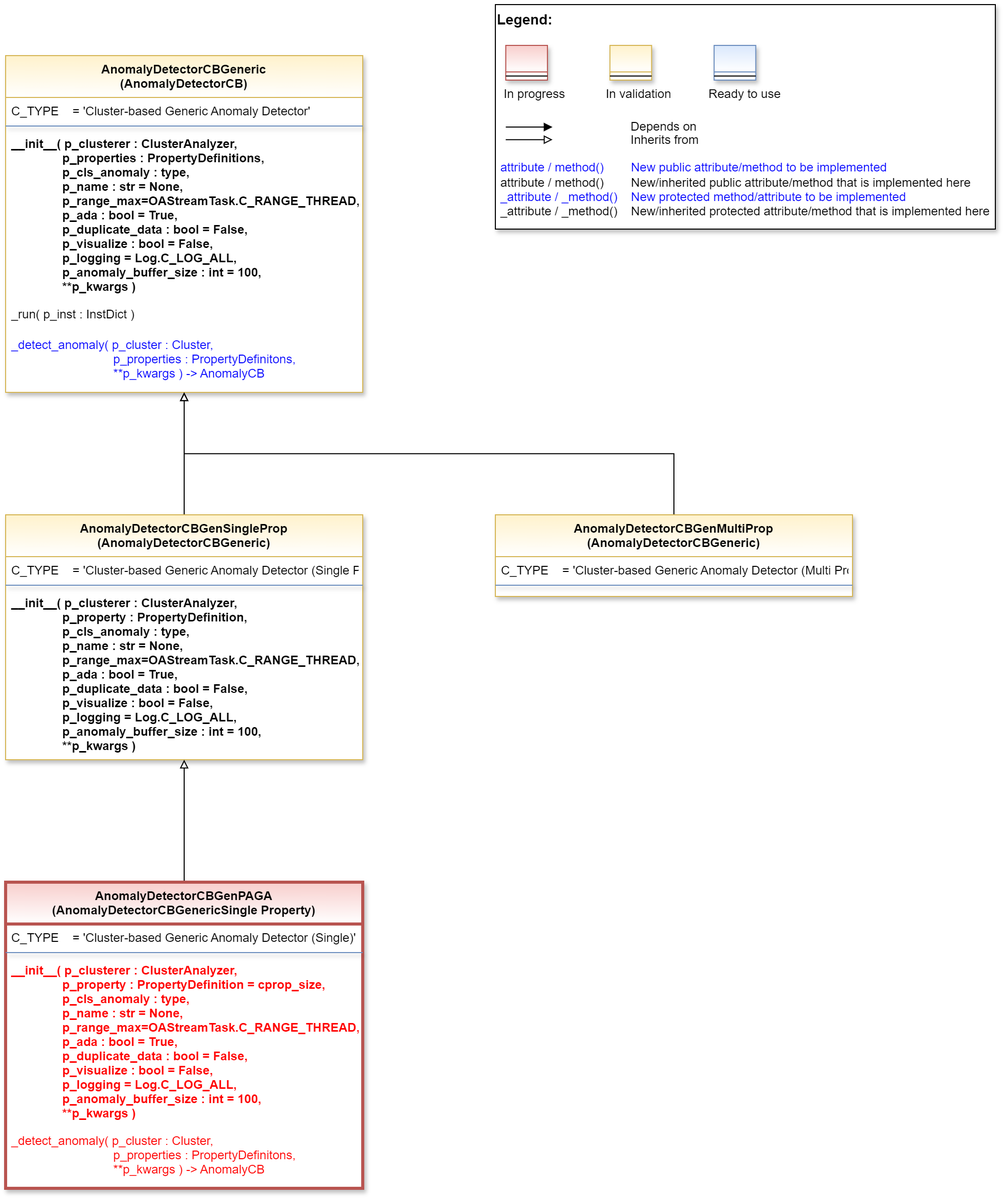
The draw.io diagram doc/rtd/content/99_appendices/appendix2/sub/mlpro_oa/streams/30_change_detection/10_anomaly_detection/20_cluster_based/generic/images/MLPro-OA-CB-Gen-Anomaly-Detectors_class_diagram.drawio.png in fhswf/MLPro, before a commit. Source tidied: cells renumbered, new cells last; positions are measured from the earlier drawing's top-left corner, leaving out a move shared by most shapes.
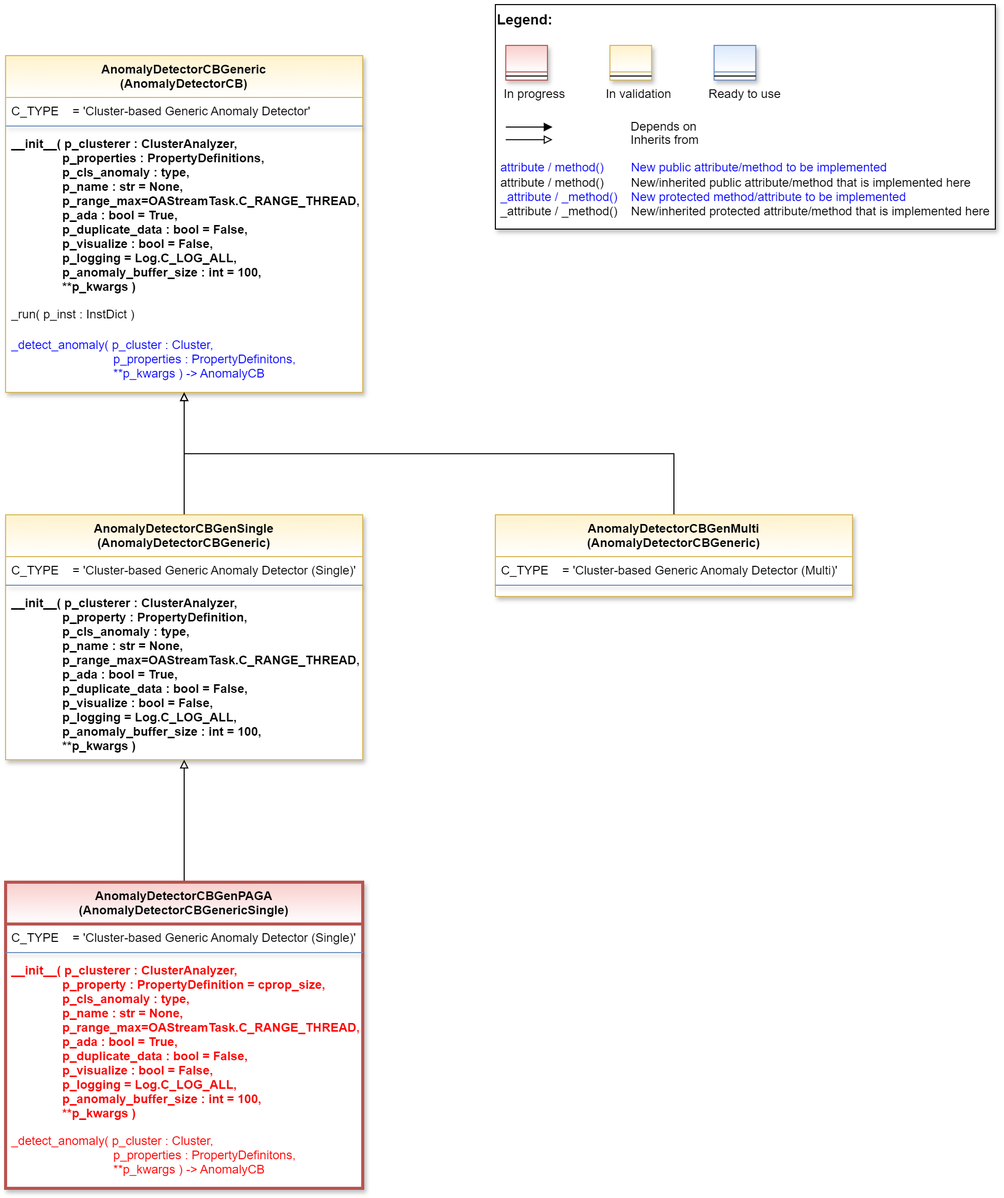
The same file after the commit.

Diff of the diagram source:
```diff
@@ -64,10 +64,10 @@
     <mxCell id="18" style="edgeStyle=orthogonalEdgeStyle;rounded=0;jettySize=auto;html=1;entryX=0.5;entryY=1;entryDx=0;entryDy=0;endArrow=block;endFill=0;" parent="1" edge="1" source="19" target="12">
       <mxGeometry relative="1" as="geometry" />
     </mxCell>
-    <mxCell id="19" value="AnomalyDetectorCBGenSingleProp&#10;(AnomalyDetectorCBGeneric)" style="swimlane;align=center;verticalAlign=top;horizontal=1;startSize=41;rounded=0;shadow=1;strokeWidth=1;fillColor=#fff2cc;strokeColor=#d6b656;swimlaneFillColor=#ffffff;gradientColor=#FFFFFF;" parent="1" vertex="1">
+    <mxCell id="19" value="AnomalyDetectorCBGenSingle&#10;(AnomalyDetectorCBGeneric)" style="swimlane;align=center;verticalAlign=top;horizontal=1;startSize=41;rounded=0;shadow=1;strokeWidth=1;fillColor=#fff2cc;strokeColor=#d6b656;swimlaneFillColor=#ffffff;gradientColor=#FFFFFF;" parent="1" vertex="1">
       <mxGeometry y="500" width="350" height="240" as="geometry" />
     </mxCell>
-    <mxCell id="20" value="C_TYPE    = 'Cluster-based Generic Anomaly Detector (Single Property)'" style="text;align=left;verticalAlign=top;spacingLeft=4;spacingRight=4;overflow=hidden;" parent="19" vertex="1">
+    <mxCell id="20" value="C_TYPE    = 'Cluster-based Generic Anomaly Detector (Single)'" style="text;align=left;verticalAlign=top;spacingLeft=4;spacingRight=4;overflow=hidden;" parent="19" vertex="1">
       <mxGeometry y="41" width="350" height="24" as="geometry" />
     </mxCell>
     <mxCell id="21" style="line;html=1;strokeWidth=1;align=center;verticalAlign=top;spacingTop=-1;spacingLeft=3;spacingRight=3;labelPosition=right;rounded=0;shadow=1;strokeColor=#6c8ebf;swimlaneFillColor=#ffffff;fontFamily=Helvetica;fontSize=12;fontColor=default;fontStyle=3;fillColor=#dae8fc;gradientColor=#ffffff;" parent="19" vertex="1">
@@ -84,10 +84,10 @@
         </Array>
       </mxGeometry>
     </mxCell>
-    <mxCell id="24" value="AnomalyDetectorCBGenMultiProp&#10;(AnomalyDetectorCBGeneric)" style="swimlane;align=center;verticalAlign=top;horizontal=1;startSize=41;rounded=0;shadow=1;strokeWidth=1;fillColor=#fff2cc;strokeColor=#d6b656;swimlaneFillColor=#ffffff;gradientColor=#FFFFFF;" parent="1" vertex="1">
+    <mxCell id="24" value="AnomalyDetectorCBGenMulti&#10;(AnomalyDetectorCBGeneric)" style="swimlane;align=center;verticalAlign=top;horizontal=1;startSize=41;rounded=0;shadow=1;strokeWidth=1;fillColor=#fff2cc;strokeColor=#d6b656;swimlaneFillColor=#ffffff;gradientColor=#FFFFFF;" parent="1" vertex="1">
       <mxGeometry x="480" y="500" width="350" height="80" as="geometry" />
     </mxCell>
-    <mxCell id="25" value="C_TYPE    = 'Cluster-based Generic Anomaly Detector (Multi Property)'" style="text;align=left;verticalAlign=top;spacingLeft=4;spacingRight=4;overflow=hidden;" parent="24" vertex="1">
+    <mxCell id="25" value="C_TYPE    = 'Cluster-based Generic Anomaly Detector (Multi)'" style="text;align=left;verticalAlign=top;spacingLeft=4;spacingRight=4;overflow=hidden;" parent="24" vertex="1">
       <mxGeometry y="41" width="350" height="24" as="geometry" />
     </mxCell>
     <mxCell id="26" style="line;html=1;strokeWidth=1;align=center;verticalAlign=top;spacingTop=-1;spacingLeft=3;spacingRight=3;labelPosition=right;rounded=0;shadow=1;strokeColor=#6c8ebf;swimlaneFillColor=#ffffff;fontFamily=Helvetica;fontSize=12;fontColor=default;fontStyle=3;fillColor=#dae8fc;gradientColor=#ffffff;" parent="24" vertex="1">
@@ -96,7 +96,7 @@
     <mxCell id="27" style="edgeStyle=orthogonalEdgeStyle;rounded=0;jettySize=auto;html=1;endArrow=block;endFill=0;" parent="1" edge="1" source="28" target="19">
       <mxGeometry relative="1" as="geometry" />
     </mxCell>
-    <mxCell id="28" value="AnomalyDetectorCBGenPAGA&#10;(AnomalyDetectorCBGenericSingle Property)" style="swimlane;align=center;verticalAlign=top;horizontal=1;startSize=41;rounded=0;shadow=1;strokeWidth=3;fillColor=#f8cecc;strokeColor=#b85450;swimlaneFillColor=#ffffff;gradientColor=#FFFFFF;" parent="1" vertex="1">
+    <mxCell id="28" value="AnomalyDetectorCBGenPAGA&#10;(AnomalyDetectorCBGenericSingle)" style="swimlane;align=center;verticalAlign=top;horizontal=1;startSize=41;rounded=0;shadow=1;strokeWidth=3;fillColor=#f8cecc;strokeColor=#b85450;swimlaneFillColor=#ffffff;gradientColor=#FFFFFF;" parent="1" vertex="1">
       <mxGeometry y="860" width="350" height="300" as="geometry" />
     </mxCell>
     <mxCell id="29" value="C_TYPE    = 'Cluster-based Generic Anomaly Detector (Single)'" style="text;align=left;verticalAlign=top;spacingLeft=4;spacingRight=4;overflow=hidden;" parent="28" vertex="1">
```
